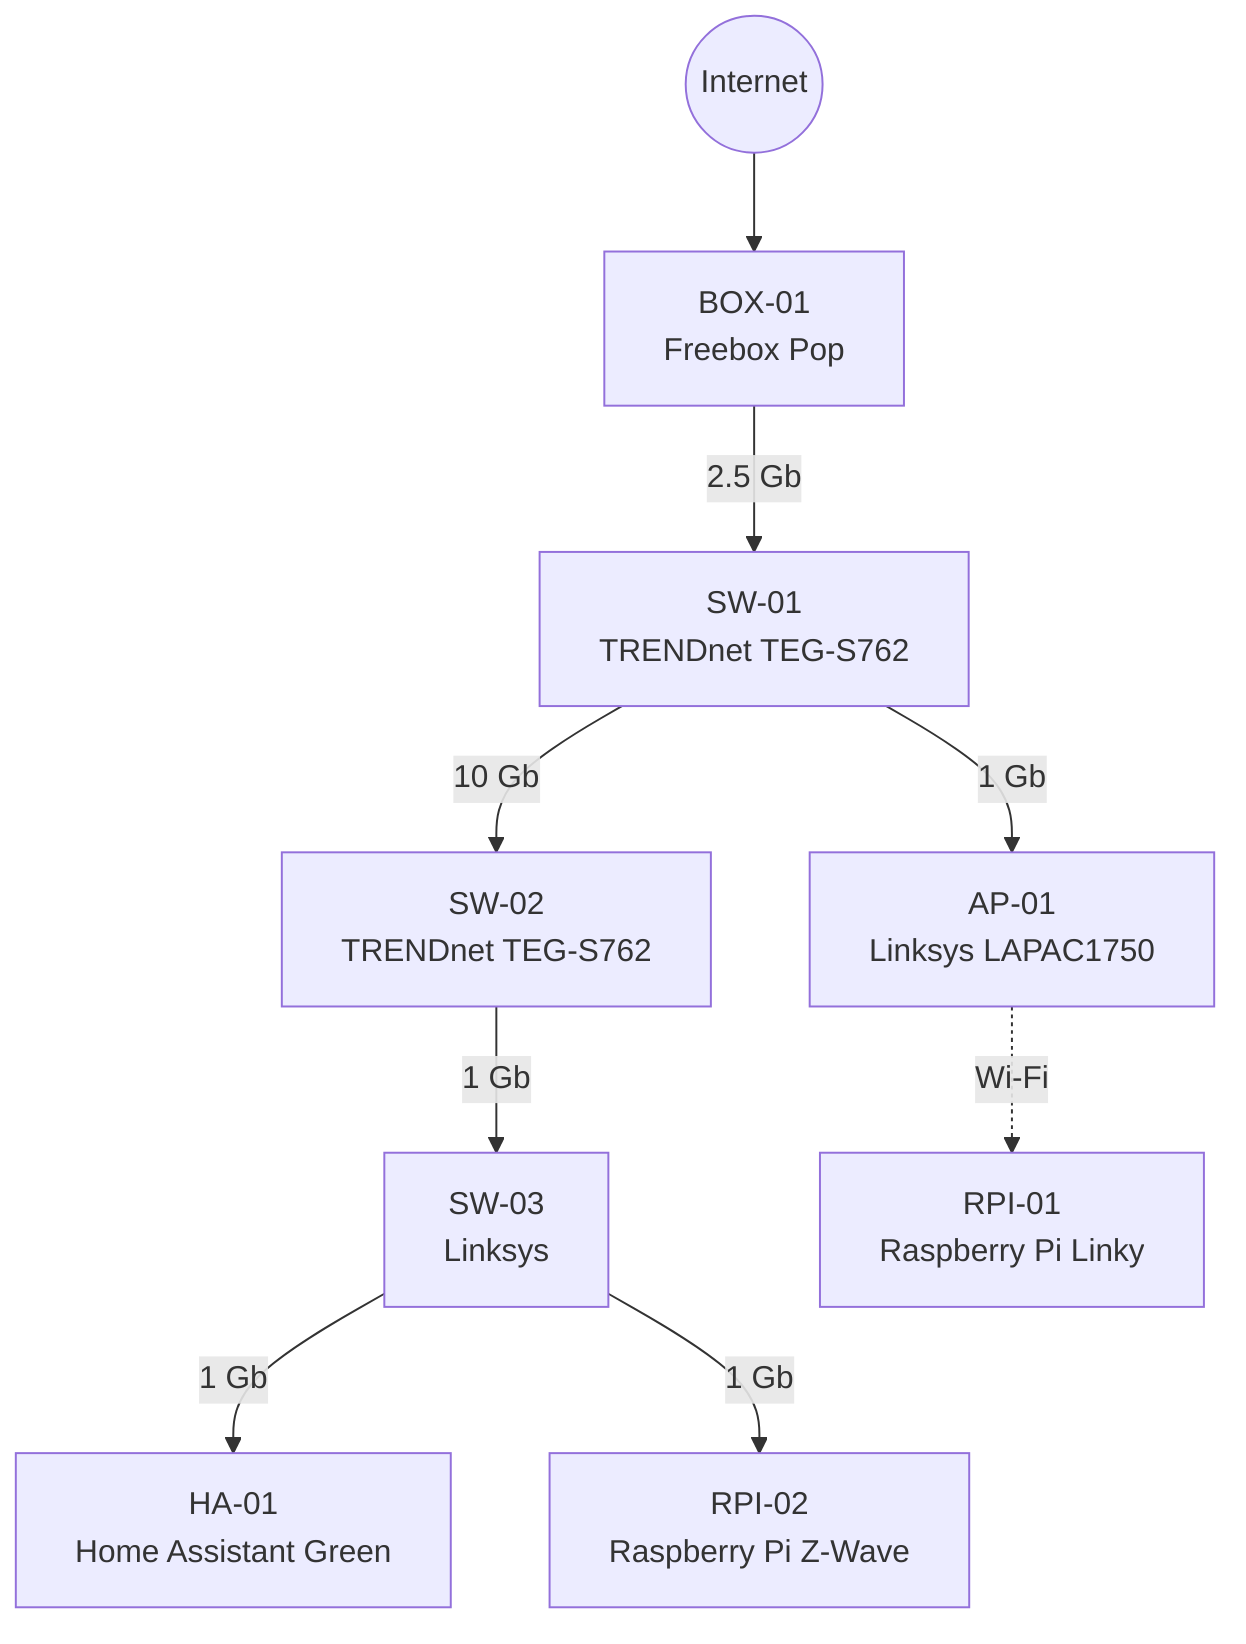
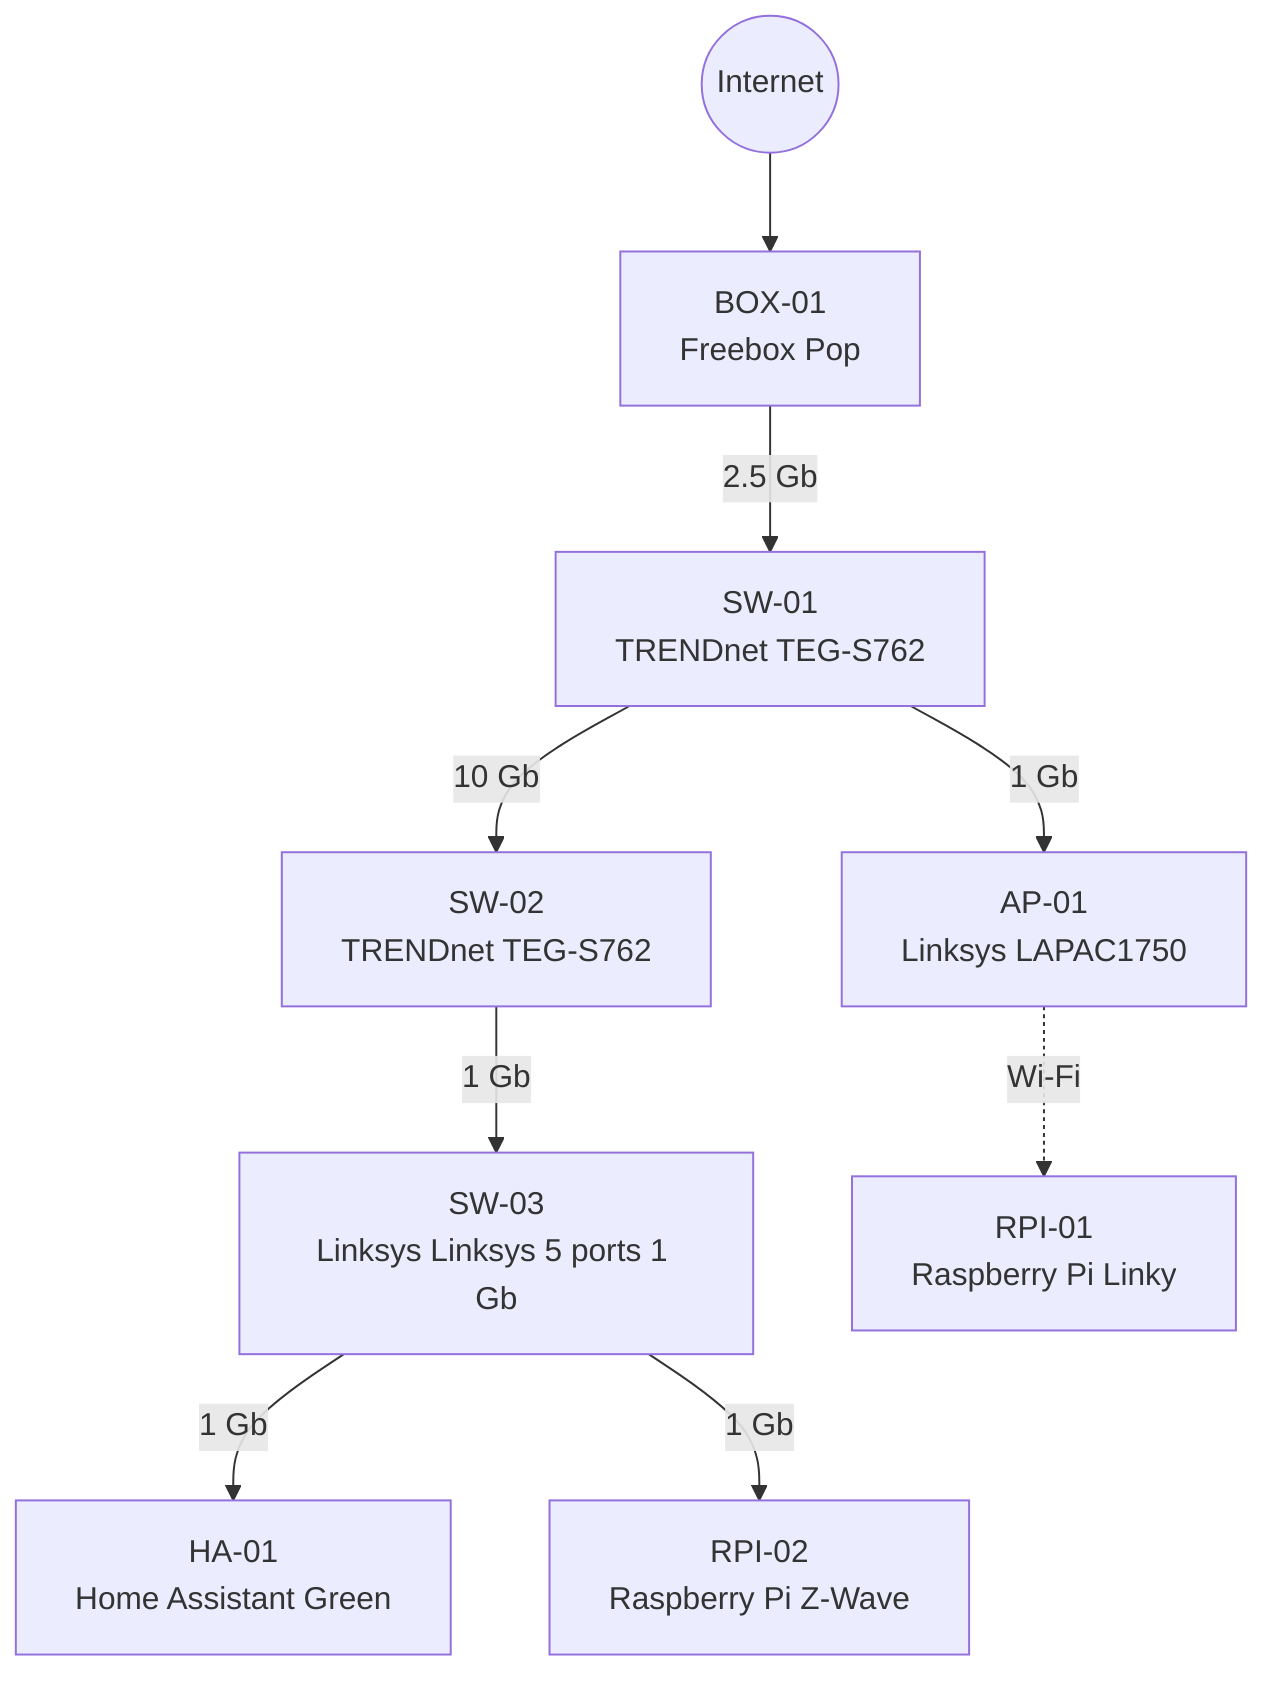
flowchart TD
    Internet((Internet))
    BOX["BOX-01<br/>Freebox Pop"]
    SW1["SW-01<br/>TRENDnet TEG-S762"]
    SW2["SW-02<br/>TRENDnet TEG-S762"]
-     SW3["SW-03<br/>Linksys"]
+     SW3["SW-03<br/>Linksys Linksys 5 ports 1 Gb"]
    AP["AP-01<br/>Linksys LAPAC1750"]
    HA["HA-01<br/>Home Assistant Green"]
    RPI_LINKY["RPI-01<br/>Raspberry Pi Linky"]
    RPI_ZWAVE["RPI-02<br/>Raspberry Pi Z-Wave"]

    Internet --> BOX
    BOX -- "2.5 Gb" --> SW1
    SW1 -- "10 Gb" --> SW2
    SW2 -- "1 Gb" --> SW3
    SW1 -- "1 Gb" --> AP
    AP -. "Wi-Fi" .-> RPI_LINKY
    SW3 -- "1 Gb" --> HA
    SW3 -- "1 Gb" --> RPI_ZWAVE